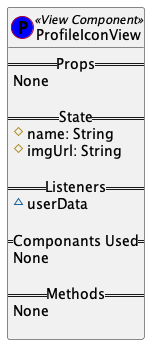
This is entry_system_website/UML_Diagrams/Views/ProfileView.png from grid-rider/Computer_Science_IA_EntrySystem_Website, a PlantUML export, as it was before one commit. The source it was exported from:
```plantuml
@startuml

class ProfileIconView << (P,blue) View Component>> {
    == Props ==
    None

    == State ==
     #name: String
     #imgUrl: String

    == Listeners ==
    ~userData

    == Componants Used ==
    None

    == Methods ==
    None

}

@enduml
```
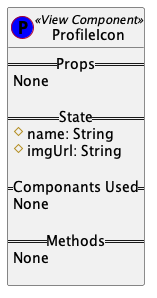
The same file after the commit.

The edit, as a diff of the source:
```diff
@@ -1,15 +1,12 @@
 @startuml
 
-class ProfileIconView << (P,blue) View Component>> {
+class ProfileIcon << (P,blue) View Component>> {
     == Props ==
     None
 
     == State ==
      #name: String
      #imgUrl: String
-
-    == Listeners ==
-    ~userData
 
     == Componants Used ==
     None
```
